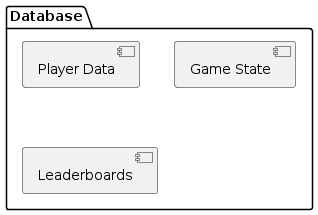
InspireCraft/ProjectOMG keeps this PlantUML diagram as doc/design/figures/hld_database.png. Above is the earlier version.
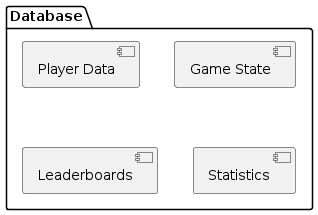
Later version of the same file.

The edit, as a diff of the source:
```diff
@@ -3,5 +3,6 @@
   [Player Data]
   [Game State]
   [Leaderboards]
+  [Statistics]
 }
 @enduml
```
